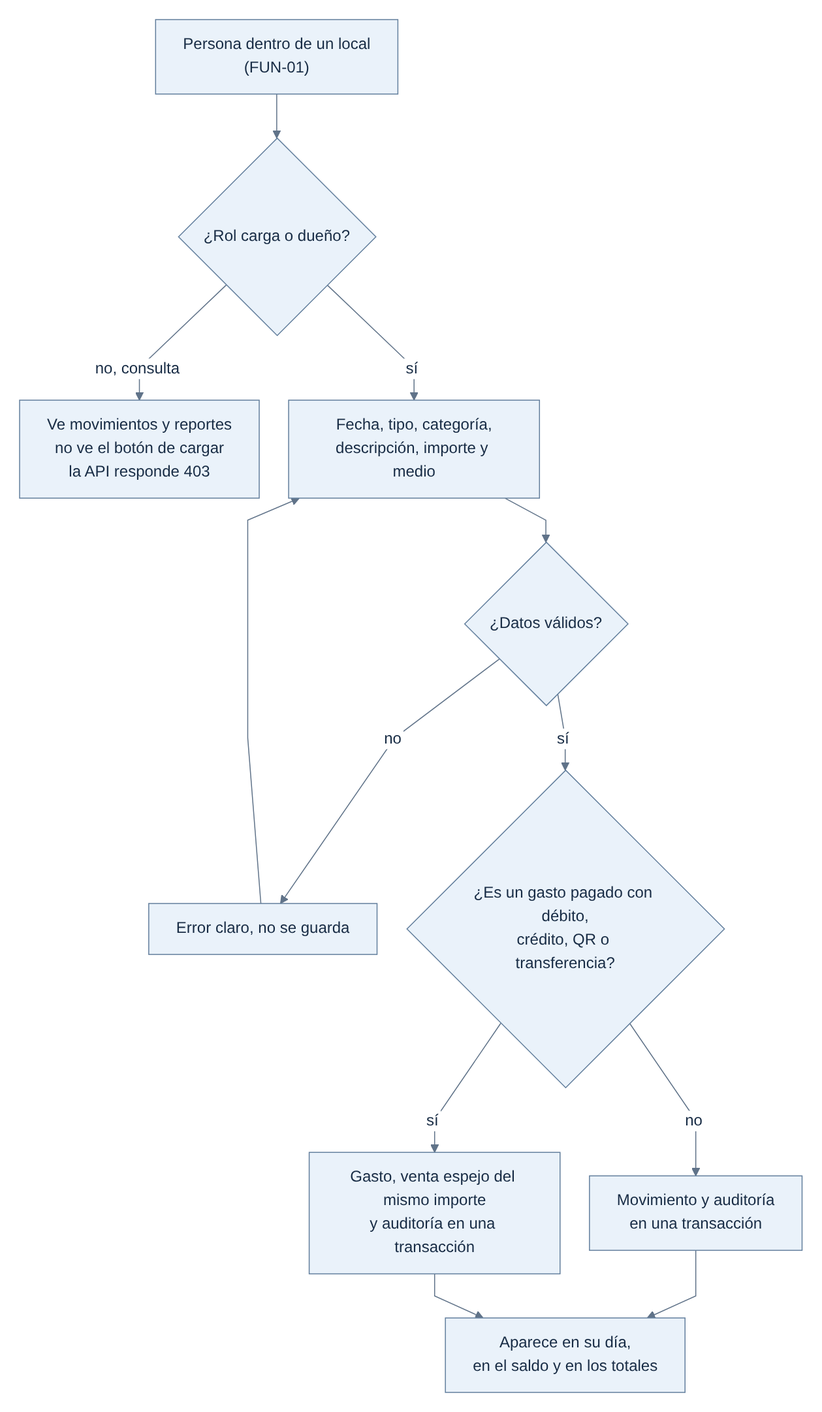
Before: docs/diagramas/png/FUN-02.png, a diagram exported from Mermaid (aleharo2003/floky-cuadernos). Its source is kept beside it as docs/diagramas/fuentes/FUN-02.mmd.
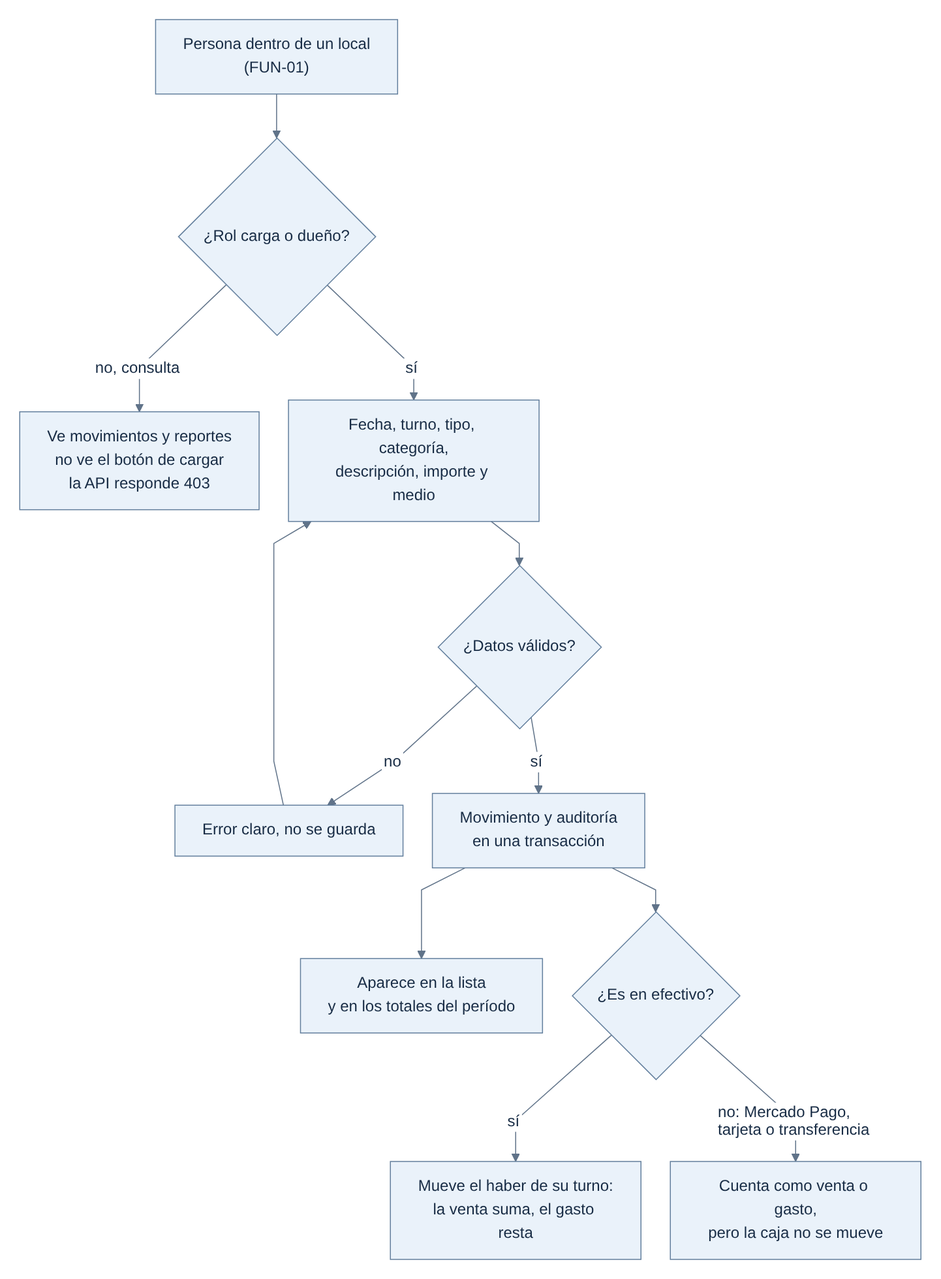
The same diagram one commit later.

The edit, as a diff of the source:
```diff
@@ -1,11 +1,11 @@
 flowchart TD
     A["Persona dentro de un local<br/>(FUN-01)"] --> B{"¿Rol carga o dueño?"}
     B -->|"no, consulta"| C["Ve movimientos y reportes<br/>no ve el botón de cargar<br/>la API responde 403"]
-    B -->|"sí"| D["Fecha, tipo, categoría,<br/>descripción, importe y medio"]
+    B -->|"sí"| D["Fecha, turno, tipo, categoría,<br/>descripción, importe y medio"]
     D --> E{"¿Datos válidos?"}
     E -->|"no"| F["Error claro, no se guarda"] --> D
-    E -->|"sí"| G{"¿Es un gasto pagado con débito,<br/>crédito, QR o transferencia?"}
-    G -->|"no"| H["Movimiento y auditoría<br/>en una transacción"]
-    G -->|"sí"| I["Gasto, venta espejo del mismo importe<br/>y auditoría en una transacción"]
-    H --> J["Aparece en su día,<br/>en el saldo y en los totales"]
-    I --> J
+    E -->|"sí"| H["Movimiento y auditoría<br/>en una transacción"]
+    H --> J["Aparece en la lista<br/>y en los totales del período"]
+    H --> G{"¿Es en efectivo?"}
+    G -->|"sí"| K["Mueve el haber de su turno:<br/>la venta suma, el gasto resta"]
+    G -->|"no: Mercado Pago,<br/>tarjeta o transferencia"| L["Cuenta como venta o gasto,<br/>pero la caja no se mueve"]
```
